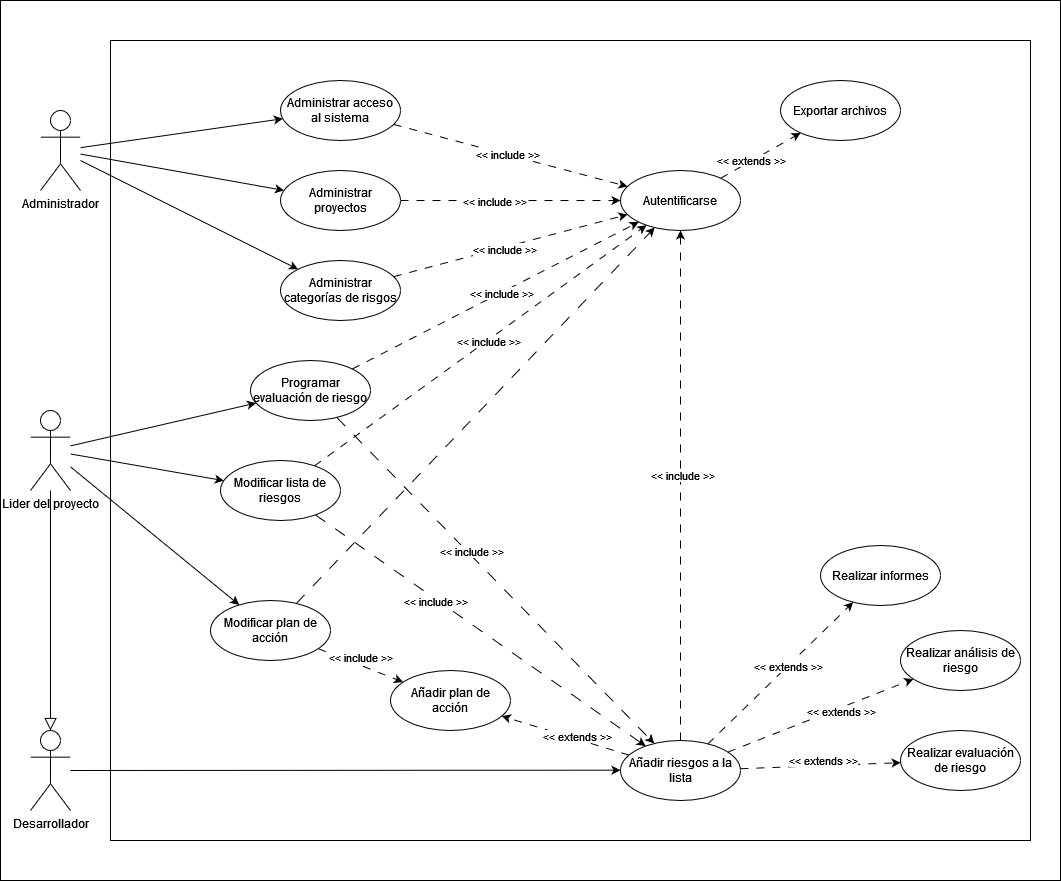
fxex/Vesta_Risk_Manager keeps this draw.io diagram as 2. Etapa de elaboración/Iteración 2/Modelo de Casos de Uso/Diagrama de CU.drawio.png. Above is the earlier version. Source tidied: cells renumbered, new cells last; positions are measured from the earlier drawing's top-left corner, leaving out a move shared by most shapes. The source it was exported from:
```xml
<mxGraphModel>
  <root>
    <mxCell id="0" />
    <mxCell id="1" parent="0" />
    <mxCell id="2" style="rounded=0;whiteSpace=wrap;html=1;" parent="1" vertex="1">
      <mxGeometry width="1060" height="880" as="geometry" />
    </mxCell>
    <mxCell id="3" style="rounded=0;whiteSpace=wrap;html=1;" parent="1" vertex="1">
      <mxGeometry x="110" y="40" width="920" height="800" as="geometry" />
    </mxCell>
    <mxCell id="4" style="rounded=0;jettySize=auto;html=1;" parent="1" edge="1" source="7" target="17">
      <mxGeometry relative="1" as="geometry" />
    </mxCell>
    <mxCell id="5" style="rounded=0;jettySize=auto;html=1;" parent="1" edge="1" source="7" target="20">
      <mxGeometry relative="1" as="geometry" />
    </mxCell>
    <mxCell id="6" style="rounded=0;jettySize=auto;html=1;" parent="1" edge="1" source="7" target="34">
      <mxGeometry relative="1" as="geometry" />
    </mxCell>
    <mxCell id="7" value="Administrador" style="shape=umlActor;verticalLabelPosition=bottom;verticalAlign=top;html=1;outlineConnect=0;" parent="1" vertex="1">
      <mxGeometry x="40" y="110" width="40" height="80" as="geometry" />
    </mxCell>
    <mxCell id="8" style="edgeStyle=none;rounded=0;jettySize=auto;html=1;" parent="1" edge="1" source="11" target="40">
      <mxGeometry relative="1" as="geometry" />
    </mxCell>
    <mxCell id="9" style="edgeStyle=none;rounded=0;jettySize=auto;html=1;" parent="1" edge="1" source="11" target="46">
      <mxGeometry relative="1" as="geometry" />
    </mxCell>
    <mxCell id="10" style="rounded=0;jettySize=auto;html=1;" parent="1" edge="1" source="11" target="31">
      <mxGeometry relative="1" as="geometry" />
    </mxCell>
    <mxCell id="11" value="Lider del proyecto" style="shape=umlActor;verticalLabelPosition=bottom;verticalAlign=top;html=1;outlineConnect=0;" parent="1" vertex="1">
      <mxGeometry x="30" y="410" width="40" height="80" as="geometry" />
    </mxCell>
    <mxCell id="12" style="rounded=0;jettySize=auto;html=1;" parent="1" edge="1" source="14" target="29">
      <mxGeometry relative="1" as="geometry" />
    </mxCell>
    <mxCell id="13" style="edgeStyle=none;rounded=0;jettySize=auto;html=1;endArrow=block;endFill=0;endSize=10;" parent="1" edge="1" source="11" target="14">
      <mxGeometry relative="1" as="geometry" />
    </mxCell>
    <mxCell id="14" value="Desarrollador" style="shape=umlActor;verticalLabelPosition=bottom;verticalAlign=top;html=1;outlineConnect=0;" parent="1" vertex="1">
      <mxGeometry x="30" y="730" width="40" height="80" as="geometry" />
    </mxCell>
    <mxCell id="15" style="edgeStyle=none;rounded=0;jettySize=auto;html=1;dashed=1;dashPattern=8 8;" parent="1" edge="1" source="17" target="43">
      <mxGeometry relative="1" as="geometry" />
    </mxCell>
    <mxCell id="16" value="&amp;lt;&amp;lt; include &amp;gt;&amp;gt;" style="edgeLabel;html=1;align=center;verticalAlign=middle;" parent="15" vertex="1">
      <mxGeometry x="-0.04" y="1" relative="1" as="geometry" />
    </mxCell>
    <mxCell id="17" value="Administrar acceso al sistema" style="ellipse;whiteSpace=wrap;html=1;" parent="1" vertex="1">
      <mxGeometry x="280" y="80" width="120" height="60" as="geometry" />
    </mxCell>
    <mxCell id="18" style="edgeStyle=none;rounded=0;jettySize=auto;html=1;dashed=1;dashPattern=8 8;" parent="1" edge="1" source="20" target="43">
      <mxGeometry relative="1" as="geometry" />
    </mxCell>
    <mxCell id="19" value="&amp;lt;&amp;lt; include &amp;gt;&amp;gt;" style="edgeLabel;html=1;align=center;verticalAlign=middle;" parent="18" vertex="1">
      <mxGeometry x="-0.15" relative="1" as="geometry" />
    </mxCell>
    <mxCell id="20" value="Administrar proyectos" style="ellipse;whiteSpace=wrap;html=1;" parent="1" vertex="1">
      <mxGeometry x="280" y="170" width="120" height="60" as="geometry" />
    </mxCell>
    <mxCell id="21" value="Exportar archivos" style="ellipse;whiteSpace=wrap;html=1;" parent="1" vertex="1">
      <mxGeometry x="780" y="80" width="120" height="60" as="geometry" />
    </mxCell>
    <mxCell id="22" style="edgeStyle=none;rounded=0;jettySize=auto;html=1;dashed=1;dashPattern=8 8;" parent="1" edge="1" source="29" target="35">
      <mxGeometry relative="1" as="geometry" />
    </mxCell>
    <mxCell id="23" value="&amp;lt;&amp;lt; extends &amp;gt;&amp;gt;" style="edgeLabel;html=1;align=center;verticalAlign=middle;" parent="22" vertex="1">
      <mxGeometry x="0.03" y="-1" relative="1" as="geometry">
        <mxPoint x="-1" y="-7" as="offset" />
      </mxGeometry>
    </mxCell>
    <mxCell id="24" style="edgeStyle=none;rounded=0;jettySize=auto;html=1;dashed=1;dashPattern=8 8;" parent="1" edge="1" source="29" target="36">
      <mxGeometry relative="1" as="geometry" />
    </mxCell>
    <mxCell id="25" value="&amp;lt;&amp;lt; extends &amp;gt;&amp;gt;" style="edgeLabel;html=1;align=center;verticalAlign=middle;" parent="24" vertex="1">
      <mxGeometry x="-0.17" y="-3" relative="1" as="geometry">
        <mxPoint x="-1" as="offset" />
      </mxGeometry>
    </mxCell>
    <mxCell id="26" style="edgeStyle=none;rounded=0;jettySize=auto;html=1;dashed=1;dashPattern=8 8;" parent="1" edge="1" source="29" target="44">
      <mxGeometry relative="1" as="geometry" />
    </mxCell>
    <mxCell id="27" value="&amp;lt;&amp;lt; extends &amp;gt;&amp;gt;" style="edgeLabel;html=1;align=center;verticalAlign=middle;" parent="26" vertex="1">
      <mxGeometry x="0.1" relative="1" as="geometry" />
    </mxCell>
    <mxCell id="28" style="rounded=0;jettySize=auto;html=1;dashed=1;dashPattern=8 8;" parent="1" edge="1" source="29" target="53">
      <mxGeometry relative="1" as="geometry" />
    </mxCell>
    <mxCell id="29" value="Añadir riesgos a la lista" style="ellipse;whiteSpace=wrap;html=1;" parent="1" vertex="1">
      <mxGeometry x="620" y="740" width="120" height="60" as="geometry" />
    </mxCell>
    <mxCell id="30" style="rounded=0;jettySize=auto;html=1;dashed=1;dashPattern=12 12;" parent="1" edge="1" source="31" target="29">
      <mxGeometry relative="1" as="geometry" />
    </mxCell>
    <mxCell id="31" value="Modificar lista de riesgos" style="ellipse;whiteSpace=wrap;html=1;" parent="1" vertex="1">
      <mxGeometry x="220" y="460" width="120" height="60" as="geometry" />
    </mxCell>
    <mxCell id="32" style="edgeStyle=none;rounded=0;jettySize=auto;html=1;dashed=1;dashPattern=8 8;" parent="1" edge="1" source="34" target="43">
      <mxGeometry relative="1" as="geometry" />
    </mxCell>
    <mxCell id="33" value="&amp;lt;&amp;lt; include &amp;gt;&amp;gt;" style="edgeLabel;html=1;align=center;verticalAlign=middle;" parent="32" vertex="1">
      <mxGeometry x="-0.07" y="-1" relative="1" as="geometry" />
    </mxCell>
    <mxCell id="34" value="Administrar categorías de risgos" style="ellipse;whiteSpace=wrap;html=1;" parent="1" vertex="1">
      <mxGeometry x="280" y="260" width="120" height="60" as="geometry" />
    </mxCell>
    <mxCell id="35" value="Realizar evaluación de riesgo" style="ellipse;whiteSpace=wrap;html=1;" parent="1" vertex="1">
      <mxGeometry x="900" y="730" width="120" height="60" as="geometry" />
    </mxCell>
    <mxCell id="36" value="&lt;div&gt;Añadir plan de&lt;/div&gt;&lt;div&gt;acción&lt;/div&gt;" style="ellipse;whiteSpace=wrap;html=1;" parent="1" vertex="1">
      <mxGeometry x="390" y="670" width="120" height="60" as="geometry" />
    </mxCell>
    <mxCell id="37" style="edgeStyle=none;rounded=0;jettySize=auto;html=1;dashed=1;dashPattern=8 8;" parent="1" edge="1" source="40" target="36">
      <mxGeometry relative="1" as="geometry" />
    </mxCell>
    <mxCell id="38" value="&amp;lt;&amp;lt; include &amp;gt;&amp;gt;" style="edgeLabel;html=1;align=center;verticalAlign=middle;" parent="37" vertex="1">
      <mxGeometry x="0.05" y="1" relative="1" as="geometry">
        <mxPoint x="-4" y="-9" as="offset" />
      </mxGeometry>
    </mxCell>
    <mxCell id="39" style="rounded=0;jettySize=auto;html=1;dashed=1;dashPattern=12 12;" parent="1" edge="1" source="40" target="43">
      <mxGeometry relative="1" as="geometry" />
    </mxCell>
    <mxCell id="40" value="Modificar plan de acción" style="ellipse;whiteSpace=wrap;html=1;" parent="1" vertex="1">
      <mxGeometry x="210" y="600" width="120" height="60" as="geometry" />
    </mxCell>
    <mxCell id="41" style="edgeStyle=none;rounded=0;jettySize=auto;html=1;dashed=1;dashPattern=8 8;" parent="1" edge="1" source="43" target="21">
      <mxGeometry relative="1" as="geometry" />
    </mxCell>
    <mxCell id="42" value="&amp;lt;&amp;lt; extends &amp;gt;&amp;gt;" style="edgeLabel;html=1;align=center;verticalAlign=middle;" parent="41" vertex="1">
      <mxGeometry x="-0.23" y="1" relative="1" as="geometry" />
    </mxCell>
    <mxCell id="43" value="Autentificarse" style="ellipse;whiteSpace=wrap;html=1;" parent="1" vertex="1">
      <mxGeometry x="620" y="170" width="120" height="60" as="geometry" />
    </mxCell>
    <mxCell id="44" value="Realizar informes" style="ellipse;whiteSpace=wrap;html=1;" parent="1" vertex="1">
      <mxGeometry x="820" y="545" width="120" height="60" as="geometry" />
    </mxCell>
    <mxCell id="45" style="rounded=0;jettySize=auto;html=1;dashed=1;dashPattern=12 12;" parent="1" edge="1" source="46" target="29">
      <mxGeometry relative="1" as="geometry" />
    </mxCell>
    <mxCell id="46" value="Programar evaluación de riesgo" style="ellipse;whiteSpace=wrap;html=1;" parent="1" vertex="1">
      <mxGeometry x="250" y="360" width="120" height="60" as="geometry" />
    </mxCell>
    <mxCell id="47" style="edgeStyle=none;rounded=0;jettySize=auto;html=1;dashed=1;dashPattern=8 8;" parent="1" edge="1" source="46" target="43">
      <mxGeometry relative="1" as="geometry" />
    </mxCell>
    <mxCell id="48" value="&amp;lt;&amp;lt; include &amp;gt;&amp;gt;" style="edgeLabel;html=1;align=center;verticalAlign=middle;" parent="47" vertex="1">
      <mxGeometry x="0.04" y="-1" relative="1" as="geometry">
        <mxPoint y="-1" as="offset" />
      </mxGeometry>
    </mxCell>
    <mxCell id="49" style="edgeStyle=none;rounded=0;jettySize=auto;html=1;dashed=1;dashPattern=8 8;" parent="1" edge="1" source="31" target="43">
      <mxGeometry relative="1" as="geometry" />
    </mxCell>
    <mxCell id="50" value="&amp;lt;&amp;lt; include &amp;gt;&amp;gt;" style="edgeLabel;html=1;align=center;verticalAlign=middle;" parent="49" vertex="1">
      <mxGeometry x="0.04" y="-1" relative="1" as="geometry">
        <mxPoint y="-1" as="offset" />
      </mxGeometry>
    </mxCell>
    <mxCell id="51" style="edgeStyle=none;rounded=0;jettySize=auto;html=1;dashed=1;dashPattern=8 8;" parent="1" edge="1" source="29" target="43">
      <mxGeometry relative="1" as="geometry" />
    </mxCell>
    <mxCell id="52" value="&amp;lt;&amp;lt; include &amp;gt;&amp;gt;" style="edgeLabel;html=1;align=center;verticalAlign=middle;" parent="51" vertex="1">
      <mxGeometry x="0.04" y="-1" relative="1" as="geometry">
        <mxPoint y="-1" as="offset" />
      </mxGeometry>
    </mxCell>
    <mxCell id="53" value="Realizar análisis de riesgo" style="ellipse;whiteSpace=wrap;html=1;" parent="1" vertex="1">
      <mxGeometry x="900" y="630" width="120" height="60" as="geometry" />
    </mxCell>
    <mxCell id="54" value="&amp;lt;&amp;lt; extends &amp;gt;&amp;gt;" style="edgeLabel;html=1;align=center;verticalAlign=middle;" parent="1" vertex="1">
      <mxGeometry x="840" y="710" as="geometry" />
    </mxCell>
    <mxCell id="55" value="&amp;lt;&amp;lt; include &amp;gt;&amp;gt;" style="edgeLabel;html=1;align=center;verticalAlign=middle;" parent="1" vertex="1">
      <mxGeometry x="434" y="600" as="geometry" />
    </mxCell>
    <mxCell id="56" value="&amp;lt;&amp;lt; include &amp;gt;&amp;gt;" style="edgeLabel;html=1;align=center;verticalAlign=middle;" parent="1" vertex="1">
      <mxGeometry x="470" y="550" as="geometry" />
    </mxCell>
  </root>
</mxGraphModel>
```
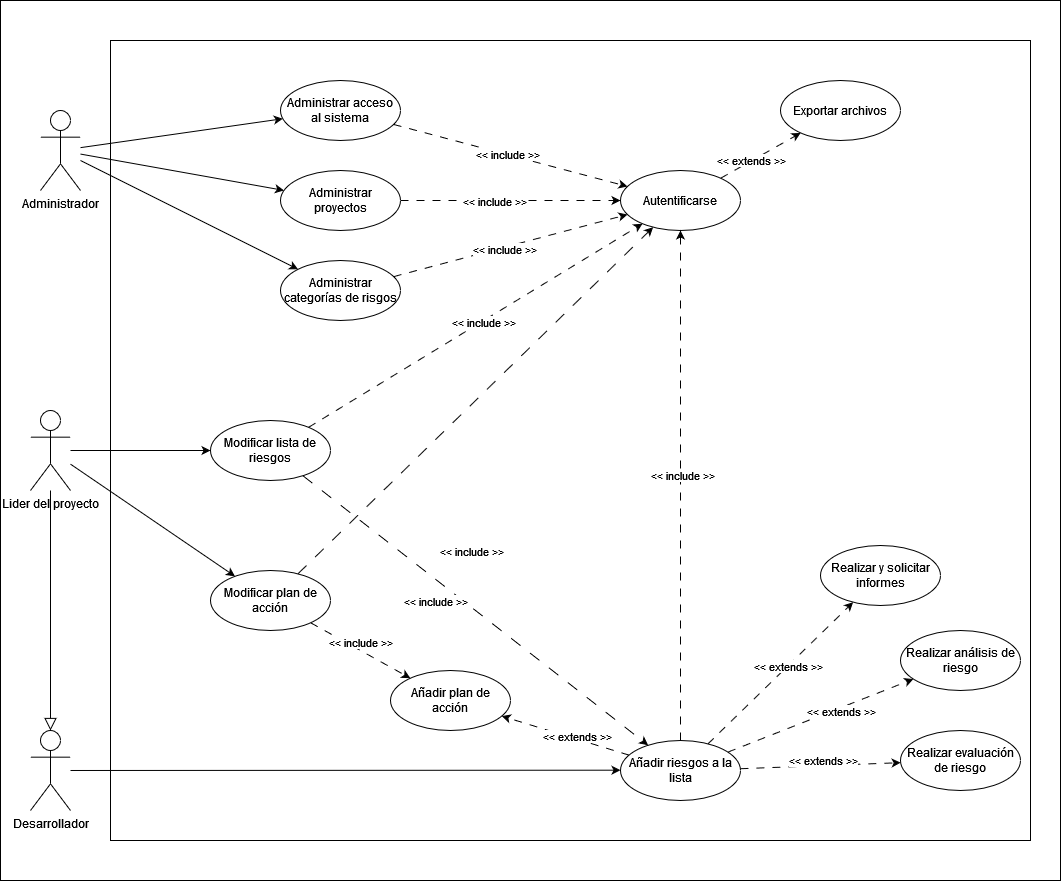
After the change.

Commit message:
Doc: cambios en los diagramas de secuencias de CU

Diff of the diagram source:
```diff
@@ -23,9 +23,6 @@
     <mxCell id="8" style="edgeStyle=none;rounded=0;jettySize=auto;html=1;" parent="1" edge="1" source="11" target="40">
       <mxGeometry relative="1" as="geometry" />
     </mxCell>
-    <mxCell id="9" style="edgeStyle=none;rounded=0;jettySize=auto;html=1;" parent="1" edge="1" source="11" target="46">
-      <mxGeometry relative="1" as="geometry" />
-    </mxCell>
     <mxCell id="10" style="rounded=0;jettySize=auto;html=1;" parent="1" edge="1" source="11" target="31">
       <mxGeometry relative="1" as="geometry" />
     </mxCell>
@@ -94,7 +91,7 @@
       <mxGeometry relative="1" as="geometry" />
     </mxCell>
     <mxCell id="31" value="Modificar lista de riesgos" style="ellipse;whiteSpace=wrap;html=1;" parent="1" vertex="1">
-      <mxGeometry x="220" y="460" width="120" height="60" as="geometry" />
+      <mxGeometry x="210" y="420" width="120" height="60" as="geometry" />
     </mxCell>
     <mxCell id="32" style="edgeStyle=none;rounded=0;jettySize=auto;html=1;dashed=1;dashPattern=8 8;" parent="1" edge="1" source="34" target="43">
       <mxGeometry relative="1" as="geometry" />
@@ -123,7 +120,7 @@
       <mxGeometry relative="1" as="geometry" />
     </mxCell>
     <mxCell id="40" value="Modificar plan de acción" style="ellipse;whiteSpace=wrap;html=1;" parent="1" vertex="1">
-      <mxGeometry x="210" y="600" width="120" height="60" as="geometry" />
+      <mxGeometry x="210" y="570" width="120" height="60" as="geometry" />
     </mxCell>
     <mxCell id="41" style="edgeStyle=none;rounded=0;jettySize=auto;html=1;dashed=1;dashPattern=8 8;" parent="1" edge="1" source="43" target="21">
       <mxGeometry relative="1" as="geometry" />
@@ -134,23 +131,9 @@
     <mxCell id="43" value="Autentificarse" style="ellipse;whiteSpace=wrap;html=1;" parent="1" vertex="1">
       <mxGeometry x="620" y="170" width="120" height="60" as="geometry" />
     </mxCell>
-    <mxCell id="44" value="Realizar informes" style="ellipse;whiteSpace=wrap;html=1;" parent="1" vertex="1">
+    <mxCell id="44" value="Realizar y solicitar informes" style="ellipse;whiteSpace=wrap;html=1;" parent="1" vertex="1">
       <mxGeometry x="820" y="545" width="120" height="60" as="geometry" />
     </mxCell>
-    <mxCell id="45" style="rounded=0;jettySize=auto;html=1;dashed=1;dashPattern=12 12;" parent="1" edge="1" source="46" target="29">
-      <mxGeometry relative="1" as="geometry" />
-    </mxCell>
-    <mxCell id="46" value="Programar evaluación de riesgo" style="ellipse;whiteSpace=wrap;html=1;" parent="1" vertex="1">
-      <mxGeometry x="250" y="360" width="120" height="60" as="geometry" />
-    </mxCell>
-    <mxCell id="47" style="edgeStyle=none;rounded=0;jettySize=auto;html=1;dashed=1;dashPattern=8 8;" parent="1" edge="1" source="46" target="43">
-      <mxGeometry relative="1" as="geometry" />
-    </mxCell>
-    <mxCell id="48" value="&amp;lt;&amp;lt; include &amp;gt;&amp;gt;" style="edgeLabel;html=1;align=center;verticalAlign=middle;" parent="47" vertex="1">
-      <mxGeometry x="0.04" y="-1" relative="1" as="geometry">
-        <mxPoint y="-1" as="offset" />
-      </mxGeometry>
-    </mxCell>
     <mxCell id="49" style="edgeStyle=none;rounded=0;jettySize=auto;html=1;dashed=1;dashPattern=8 8;" parent="1" edge="1" source="31" target="43">
       <mxGeometry relative="1" as="geometry" />
     </mxCell>
```
